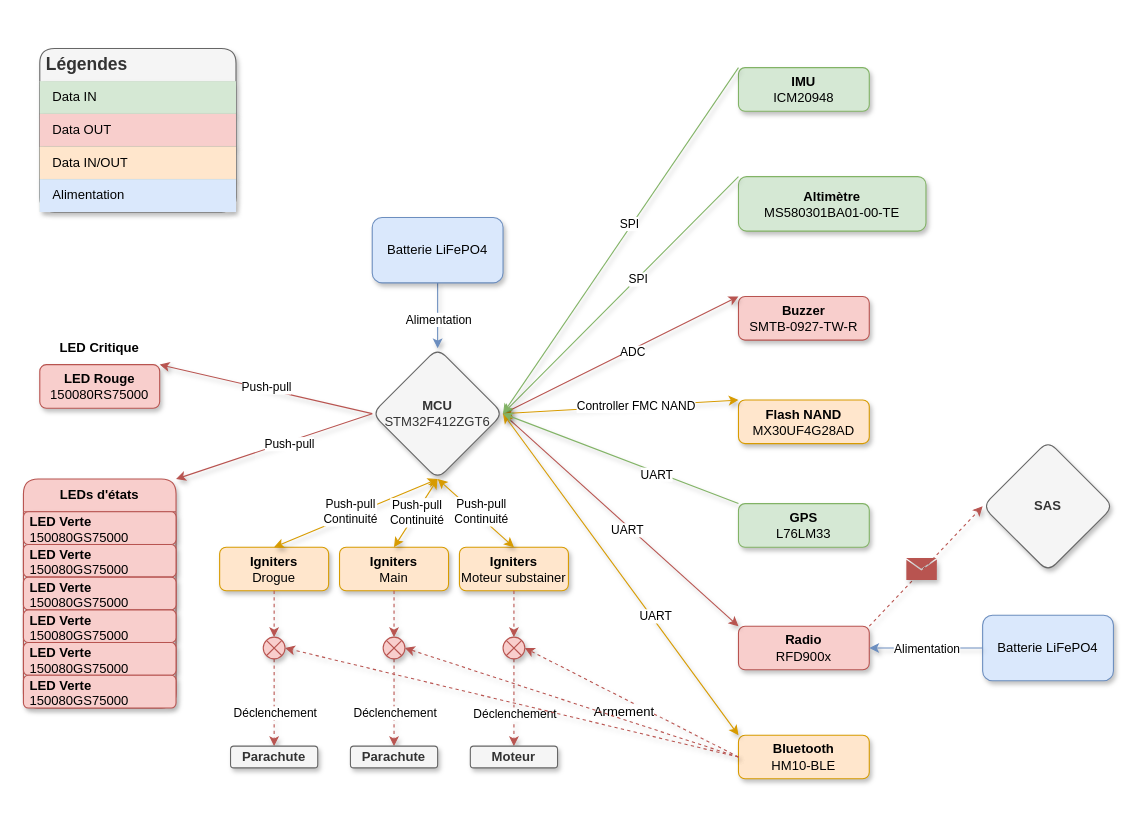
Before: Documentation/ODB2/Explications/Diagram_ODB2.drawio in GAULAvionique2024-2025/Ordinateur-de-bord, a draw.io diagram. Source tidied: cells renumbered, new cells numbered last; positions are measured from the earlier drawing's top-left corner, leaving out a move shared by most shapes. Both pictures are drawn from the tidied source at 109%, with x=0, y=0 at pixel (23, 48).
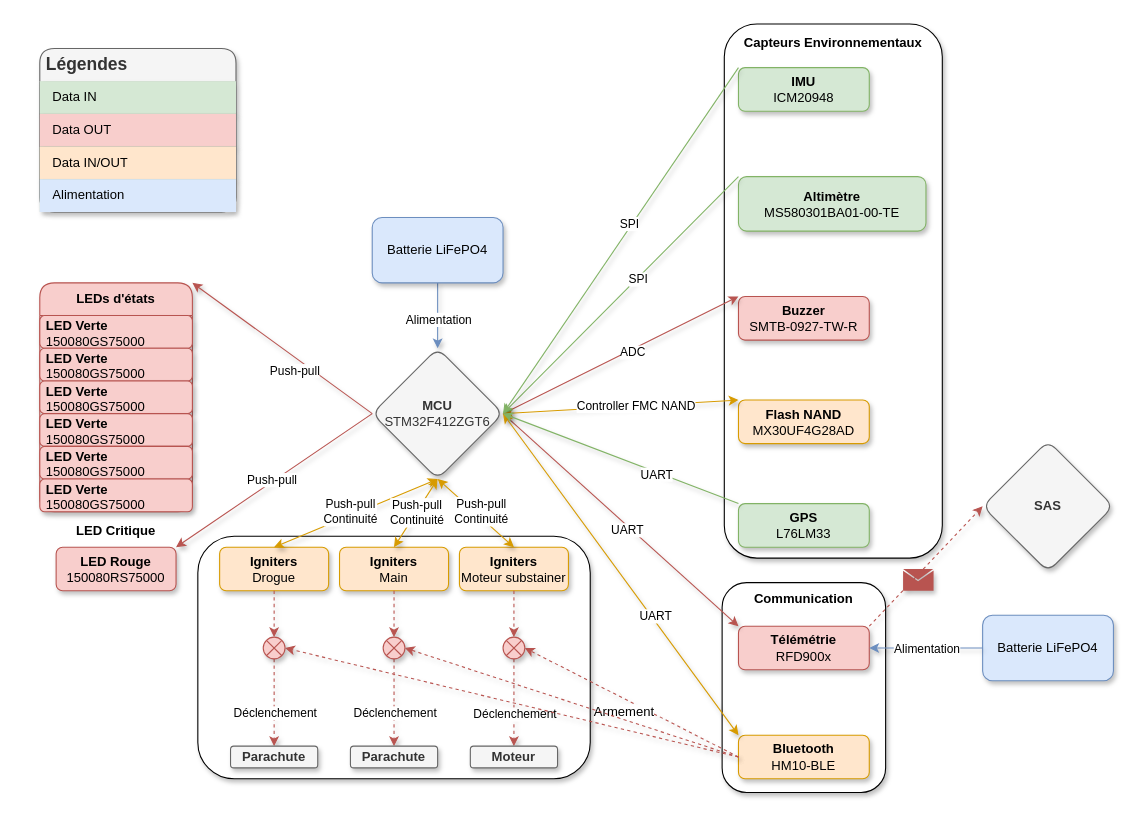
After the change.

The edit, as a diff of the source:
```diff
@@
+    <mxCell id="83" style="rounded=1;whiteSpace=wrap;html=1;shadow=1;" parent="1" vertex="1">
+      <mxGeometry x="641" y="490" width="150" height="192.5" as="geometry" />
+    </mxCell>
+    <mxCell id="84" style="rounded=1;whiteSpace=wrap;html=1;shadow=1;" parent="1" vertex="1">
+      <mxGeometry x="160" y="447.5" width="360" height="222.5" as="geometry" />
+    </mxCell>
+    <mxCell id="85" style="rounded=1;whiteSpace=wrap;html=1;shadow=1;" parent="1" vertex="1">
+      <mxGeometry x="643" y="-22.5" width="200" height="490" as="geometry" />
+    </mxCell>
@@
-    <mxCell id="6" value="&lt;div&gt;&lt;b&gt;Radio&lt;/b&gt;&lt;/div&gt;&lt;div&gt;RFD900x&lt;/div&gt;" style="rounded=1;whiteSpace=wrap;html=1;shadow=1;fillColor=#f8cecc;strokeColor=#b85450;" parent="1" vertex="1">
+    <mxCell id="6" value="&lt;div&gt;&lt;b&gt;Télémétrie&lt;/b&gt;&lt;/div&gt;&lt;div&gt;RFD900x&lt;/div&gt;" style="rounded=1;whiteSpace=wrap;html=1;shadow=1;fillColor=#f8cecc;strokeColor=#b85450;" parent="1" vertex="1">
       <mxGeometry x="656" y="530" width="120" height="40" as="geometry" />
     </mxCell>
@@
     <mxCell id="8" value="&lt;b&gt;LED Rouge&lt;/b&gt;&lt;div&gt;150080RS75000&lt;br&gt;&lt;/div&gt;" style="rounded=1;whiteSpace=wrap;html=1;shadow=1;fillColor=#f8cecc;strokeColor=#b85450;" parent="1" vertex="1">
-      <mxGeometry x="15" y="290" width="110" height="40" as="geometry" />
+      <mxGeometry x="30" y="457.5" width="110" height="40" as="geometry" />
     </mxCell>
@@
     <mxCell id="10" value="&lt;b&gt;LED&amp;nbsp;Critique&lt;/b&gt;" style="text;html=1;align=center;verticalAlign=middle;whiteSpace=wrap;rounded=0;" parent="1" vertex="1">
-      <mxGeometry x="40" y="260" width="60" height="30" as="geometry" />
+      <mxGeometry x="55" y="427.5" width="60" height="30" as="geometry" />
     </mxCell>
     <mxCell id="11" value="&lt;b&gt;LEDs d'états&lt;/b&gt;" style="swimlane;fontStyle=0;horizontal=1;startSize=30;whiteSpace=wrap;html=1;rounded=1;swimlaneLine=1;shadow=1;fillColor=#f8cecc;strokeColor=#b85450;" parent="1" vertex="1">
-      <mxGeometry y="395" width="140" height="210" as="geometry" />
+      <mxGeometry x="15" y="215" width="140" height="210" as="geometry" />
     </mxCell>
@@
     <mxCell id="76" style="sketch=0;shadow=1;dashed=0;html=1;strokeColor=#b85450;fillColor=#b85450;labelPosition=center;verticalLabelPosition=bottom;verticalAlign=top;align=center;shape=mxgraph.veeam2.letter;" parent="1" vertex="1">
-      <mxGeometry x="810" y="467.5" width="28" height="20" as="geometry" />
+      <mxGeometry x="807" y="477.5" width="28" height="20" as="geometry" />
     </mxCell>
@@
+    <mxCell id="86" value="&lt;b&gt;Capteurs Environnementaux&lt;/b&gt;" style="text;html=1;align=center;verticalAlign=middle;whiteSpace=wrap;rounded=0;" parent="1" vertex="1">
+      <mxGeometry x="658" y="-20" width="170" height="30" as="geometry" />
+    </mxCell>
+    <mxCell id="87" value="&lt;b&gt;Communication&lt;/b&gt;" style="text;html=1;align=center;verticalAlign=middle;whiteSpace=wrap;rounded=0;" parent="1" vertex="1">
+      <mxGeometry x="686" y="490" width="60" height="30" as="geometry" />
+    </mxCell>
```
